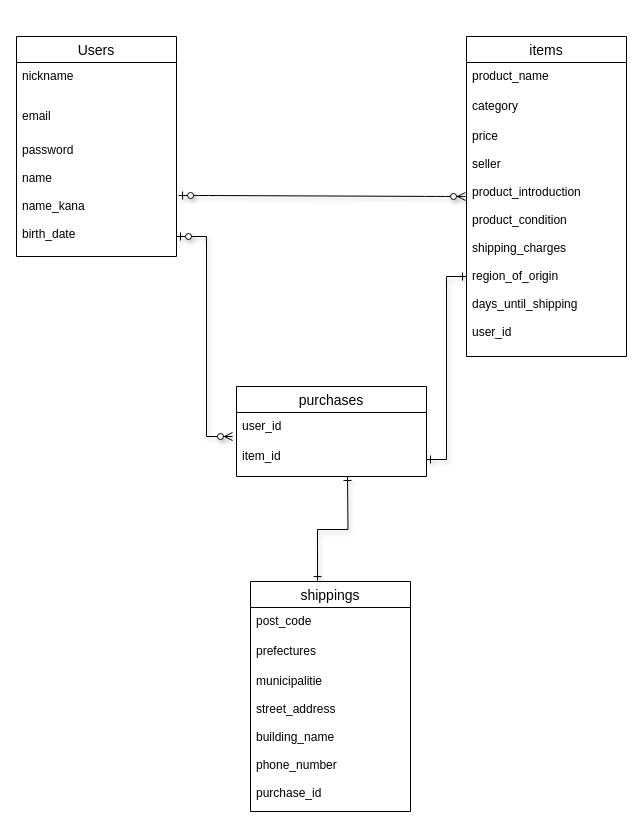
The draw.io diagram config/furima.dio in kapi1121/furima-40282, before the edit. Source tidied: cells renumbered, new cells numbered last; positions are measured from the earlier drawing's top-left corner, leaving out a move shared by most shapes. Both pictures are drawn from the tidied source at 100%, with x=0, y=0 at pixel (16, 36).
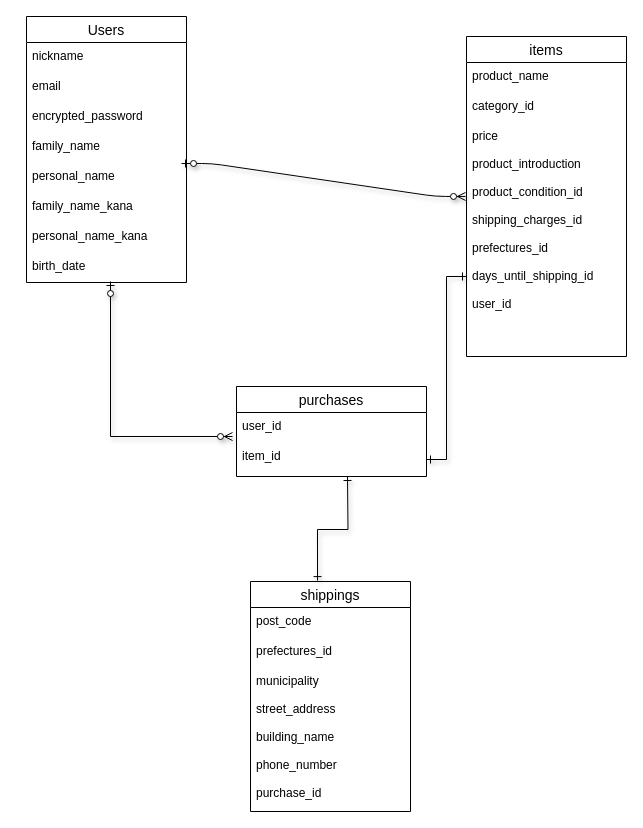
The same diagram, later.

Commit message (it also covers changes not shown here):
ER図、README.mdの修正

The change refers to these unchanged cells:
```xml
<mxCell id="5" value="user_id" style="text;strokeColor=none;fillColor=none;spacingLeft=4;spacingRight=4;overflow=hidden;points=[[0,0.5],[1,0.5]];portConstraint=eastwest;fontSize=12;" parent="4" vertex="1">
  <mxGeometry y="26" width="190" height="30" as="geometry" />
</mxCell>
<mxCell id="7" value="items" style="swimlane;fontStyle=0;horizontal=1;startSize=26;align=center;fontSize=14;" parent="1" vertex="1">
  <mxGeometry x="450" width="160" height="320" as="geometry" />
</mxCell>
<mxCell id="11" value="shippings" style="swimlane;fontStyle=0;horizontal=1;startSize=26;align=center;fontSize=14;" parent="1" vertex="1">
  <mxGeometry x="234" y="545" width="160" height="230" as="geometry" />
</mxCell>
```

What changed in the source:
```diff
@@
-    <mxCell id="2" value="Users" style="swimlane;fontStyle=0;horizontal=1;startSize=26;align=center;fontSize=14;" parent="1" vertex="1">
-      <mxGeometry width="160" height="220" as="geometry" />
-    </mxCell>
-    <mxCell id="3" value="nickname" style="text;strokeColor=none;fillColor=none;spacingLeft=4;spacingRight=4;overflow=hidden;fontSize=12;" parent="2" vertex="1">
-      <mxGeometry y="26" width="160" height="194" as="geometry" />
-    </mxCell>
@@
-    <mxCell id="9" value="category" style="text;strokeColor=none;fillColor=none;spacingLeft=4;spacingRight=4;overflow=hidden;fontSize=12;" parent="7" vertex="1">
+    <mxCell id="9" value="category_id" style="text;strokeColor=none;fillColor=none;spacingLeft=4;spacingRight=4;overflow=hidden;fontSize=12;" parent="7" vertex="1">
       <mxGeometry y="56" width="160" height="30" as="geometry" />
     </mxCell>
-    <mxCell id="10" value="price&#10;&#10;seller&#10;&#10;product_introduction&#10;&#10;product_condition&#10;&#10;shipping_charges&#10;&#10;region_of_origin&#10;&#10;days_until_shipping&#10;&#10;user_id&#10;&#10;&#10;&#10;&#10;&#10;&#10;&#10;" style="text;strokeColor=none;fillColor=none;spacingLeft=4;spacingRight=4;overflow=hidden;points=[[0,0.5],[1,0.5]];portConstraint=eastwest;fontSize=12;" parent="7" vertex="1">
+    <mxCell id="10" value="price&#10;&#10;product_introduction&#10;&#10;product_condition_id&#10;&#10;shipping_charges_id&#10;&#10;prefectures_id&#10;&#10;days_until_shipping_id&#10;&#10;user_id&#10;&#10;&#10;&#10;&#10;&#10;&#10;&#10;" style="text;strokeColor=none;fillColor=none;spacingLeft=4;spacingRight=4;overflow=hidden;points=[[0,0.5],[1,0.5]];portConstraint=eastwest;fontSize=12;" parent="7" vertex="1">
       <mxGeometry y="86" width="160" height="234" as="geometry" />
     </mxCell>
@@
-    <mxCell id="13" value="prefectures" style="text;strokeColor=none;fillColor=none;spacingLeft=4;spacingRight=4;overflow=hidden;fontSize=12;" parent="11" vertex="1">
+    <mxCell id="13" value="prefectures_id" style="text;strokeColor=none;fillColor=none;spacingLeft=4;spacingRight=4;overflow=hidden;fontSize=12;" parent="11" vertex="1">
       <mxGeometry y="56" width="160" height="30" as="geometry" />
     </mxCell>
-    <mxCell id="14" value="municipalitie&#10;&#10;street_address&#10;&#10;building_name&#10;&#10;phone_number&#10;&#10;purchase_id&#10;&#10;" style="text;strokeColor=none;fillColor=none;spacingLeft=4;spacingRight=4;overflow=hidden;fontSize=12;" parent="11" vertex="1">
+    <mxCell id="14" value="municipality&#10;&#10;street_address&#10;&#10;building_name&#10;&#10;phone_number&#10;&#10;purchase_id&#10;&#10;" style="text;strokeColor=none;fillColor=none;spacingLeft=4;spacingRight=4;overflow=hidden;fontSize=12;" parent="11" vertex="1">
       <mxGeometry y="86" width="160" height="144" as="geometry" />
     </mxCell>
-    <mxCell id="15" value="password&#10;&#10;name&#10;&#10;name_kana&#10;&#10;birth_date" style="text;strokeColor=none;fillColor=none;spacingLeft=4;spacingRight=4;overflow=hidden;points=[[0,0.5],[1,0.5]];portConstraint=eastwest;fontSize=12;" parent="1" vertex="1">
-      <mxGeometry y="100" width="160" height="130" as="geometry" />
-    </mxCell>
-    <mxCell id="16" value="email" style="text;strokeColor=none;fillColor=none;spacingLeft=4;spacingRight=4;overflow=hidden;fontSize=12;" parent="1" vertex="1">
-      <mxGeometry y="66" width="160" height="34" as="geometry" />
-    </mxCell>
-    <mxCell id="17" style="edgeStyle=entityRelationEdgeStyle;fontSize=12;html=1;endArrow=ERzeroToMany;startArrow=ERzeroToOne;shadow=1;exitX=1.013;exitY=0.454;exitDx=0;exitDy=0;exitPerimeter=0;entryX=-0.006;entryY=0.316;entryDx=0;entryDy=0;entryPerimeter=0;" parent="1" edge="1" source="15" target="10">
+    <mxCell id="17" style="edgeStyle=entityRelationEdgeStyle;fontSize=12;html=1;endArrow=ERzeroToMany;startArrow=ERzeroToOne;shadow=1;exitX=0.969;exitY=0.033;exitDx=0;exitDy=0;exitPerimeter=0;entryX=-0.006;entryY=0.316;entryDx=0;entryDy=0;entryPerimeter=0;" parent="1" edge="1" source="23" target="10">
       <mxGeometry relative="1" as="geometry" />
     </mxCell>
-    <mxCell id="18" style="edgeStyle=orthogonalEdgeStyle;fontSize=12;html=1;endArrow=ERzeroToMany;startArrow=ERzeroToOne;shadow=1;entryX=-0.021;entryY=0.8;entryDx=0;entryDy=0;entryPerimeter=0;exitX=1;exitY=0.769;exitDx=0;exitDy=0;exitPerimeter=0;rounded=0;" parent="1" edge="1" source="15" target="5">
+    <mxCell id="18" style="edgeStyle=orthogonalEdgeStyle;fontSize=12;html=1;endArrow=ERzeroToMany;startArrow=ERzeroToOne;shadow=1;entryX=-0.021;entryY=0.8;entryDx=0;entryDy=0;entryPerimeter=0;exitX=0.525;exitY=0.967;exitDx=0;exitDy=0;exitPerimeter=0;rounded=0;" parent="1" edge="1" source="26" target="5">
       <mxGeometry relative="1" as="geometry" />
     </mxCell>
@@
+    <mxCell id="2" value="Users" style="swimlane;fontStyle=0;horizontal=1;startSize=26;align=center;fontSize=14;" parent="1" vertex="1">
+      <mxGeometry x="10" y="-20" width="160" height="266" as="geometry" />
+    </mxCell>
+    <mxCell id="3" value="nickname" style="text;strokeColor=none;fillColor=none;spacingLeft=4;spacingRight=4;overflow=hidden;fontSize=12;" parent="2" vertex="1">
+      <mxGeometry y="26" width="160" height="30" as="geometry" />
+    </mxCell>
+    <mxCell id="16" value="email" style="text;strokeColor=none;fillColor=none;spacingLeft=4;spacingRight=4;overflow=hidden;fontSize=12;" parent="2" vertex="1">
+      <mxGeometry y="56" width="160" height="30" as="geometry" />
+    </mxCell>
+    <mxCell id="21" value="encrypted_password" style="text;strokeColor=none;fillColor=none;spacingLeft=4;spacingRight=4;overflow=hidden;fontSize=12;" parent="2" vertex="1">
+      <mxGeometry y="86" width="160" height="30" as="geometry" />
+    </mxCell>
+    <mxCell id="22" value="family_name" style="text;strokeColor=none;fillColor=none;spacingLeft=4;spacingRight=4;overflow=hidden;fontSize=12;" parent="2" vertex="1">
+      <mxGeometry y="116" width="160" height="30" as="geometry" />
+    </mxCell>
+    <mxCell id="23" value="personal_name" style="text;strokeColor=none;fillColor=none;spacingLeft=4;spacingRight=4;overflow=hidden;points=[[0,0.5],[1,0.5]];portConstraint=eastwest;fontSize=12;" parent="2" vertex="1">
+      <mxGeometry y="146" width="160" height="30" as="geometry" />
+    </mxCell>
+    <mxCell id="24" value="family_name_kana" style="text;strokeColor=none;fillColor=none;spacingLeft=4;spacingRight=4;overflow=hidden;fontSize=12;" parent="2" vertex="1">
+      <mxGeometry y="176" width="160" height="30" as="geometry" />
+    </mxCell>
+    <mxCell id="25" value="personal_name_kana" style="text;strokeColor=none;fillColor=none;spacingLeft=4;spacingRight=4;overflow=hidden;fontSize=12;" parent="2" vertex="1">
+      <mxGeometry y="206" width="160" height="30" as="geometry" />
+    </mxCell>
+    <mxCell id="26" value="birth_date" style="text;strokeColor=none;fillColor=none;spacingLeft=4;spacingRight=4;overflow=hidden;points=[[0,0.5],[1,0.5]];portConstraint=eastwest;fontSize=12;" parent="2" vertex="1">
+      <mxGeometry y="236" width="160" height="30" as="geometry" />
+    </mxCell>
```
